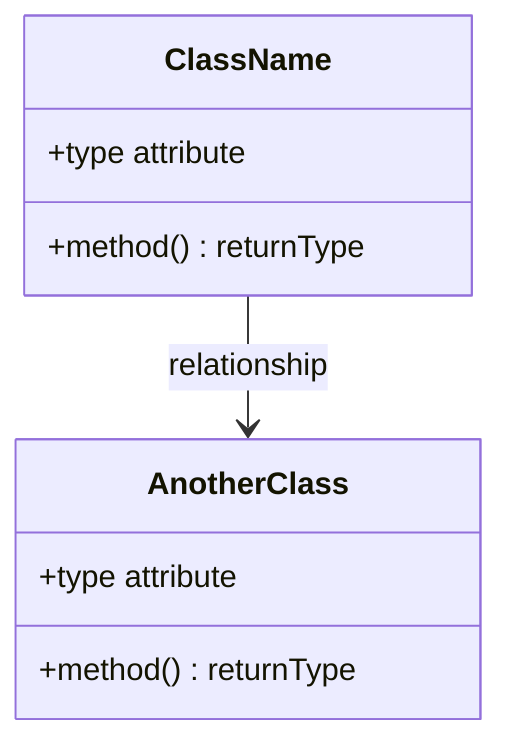
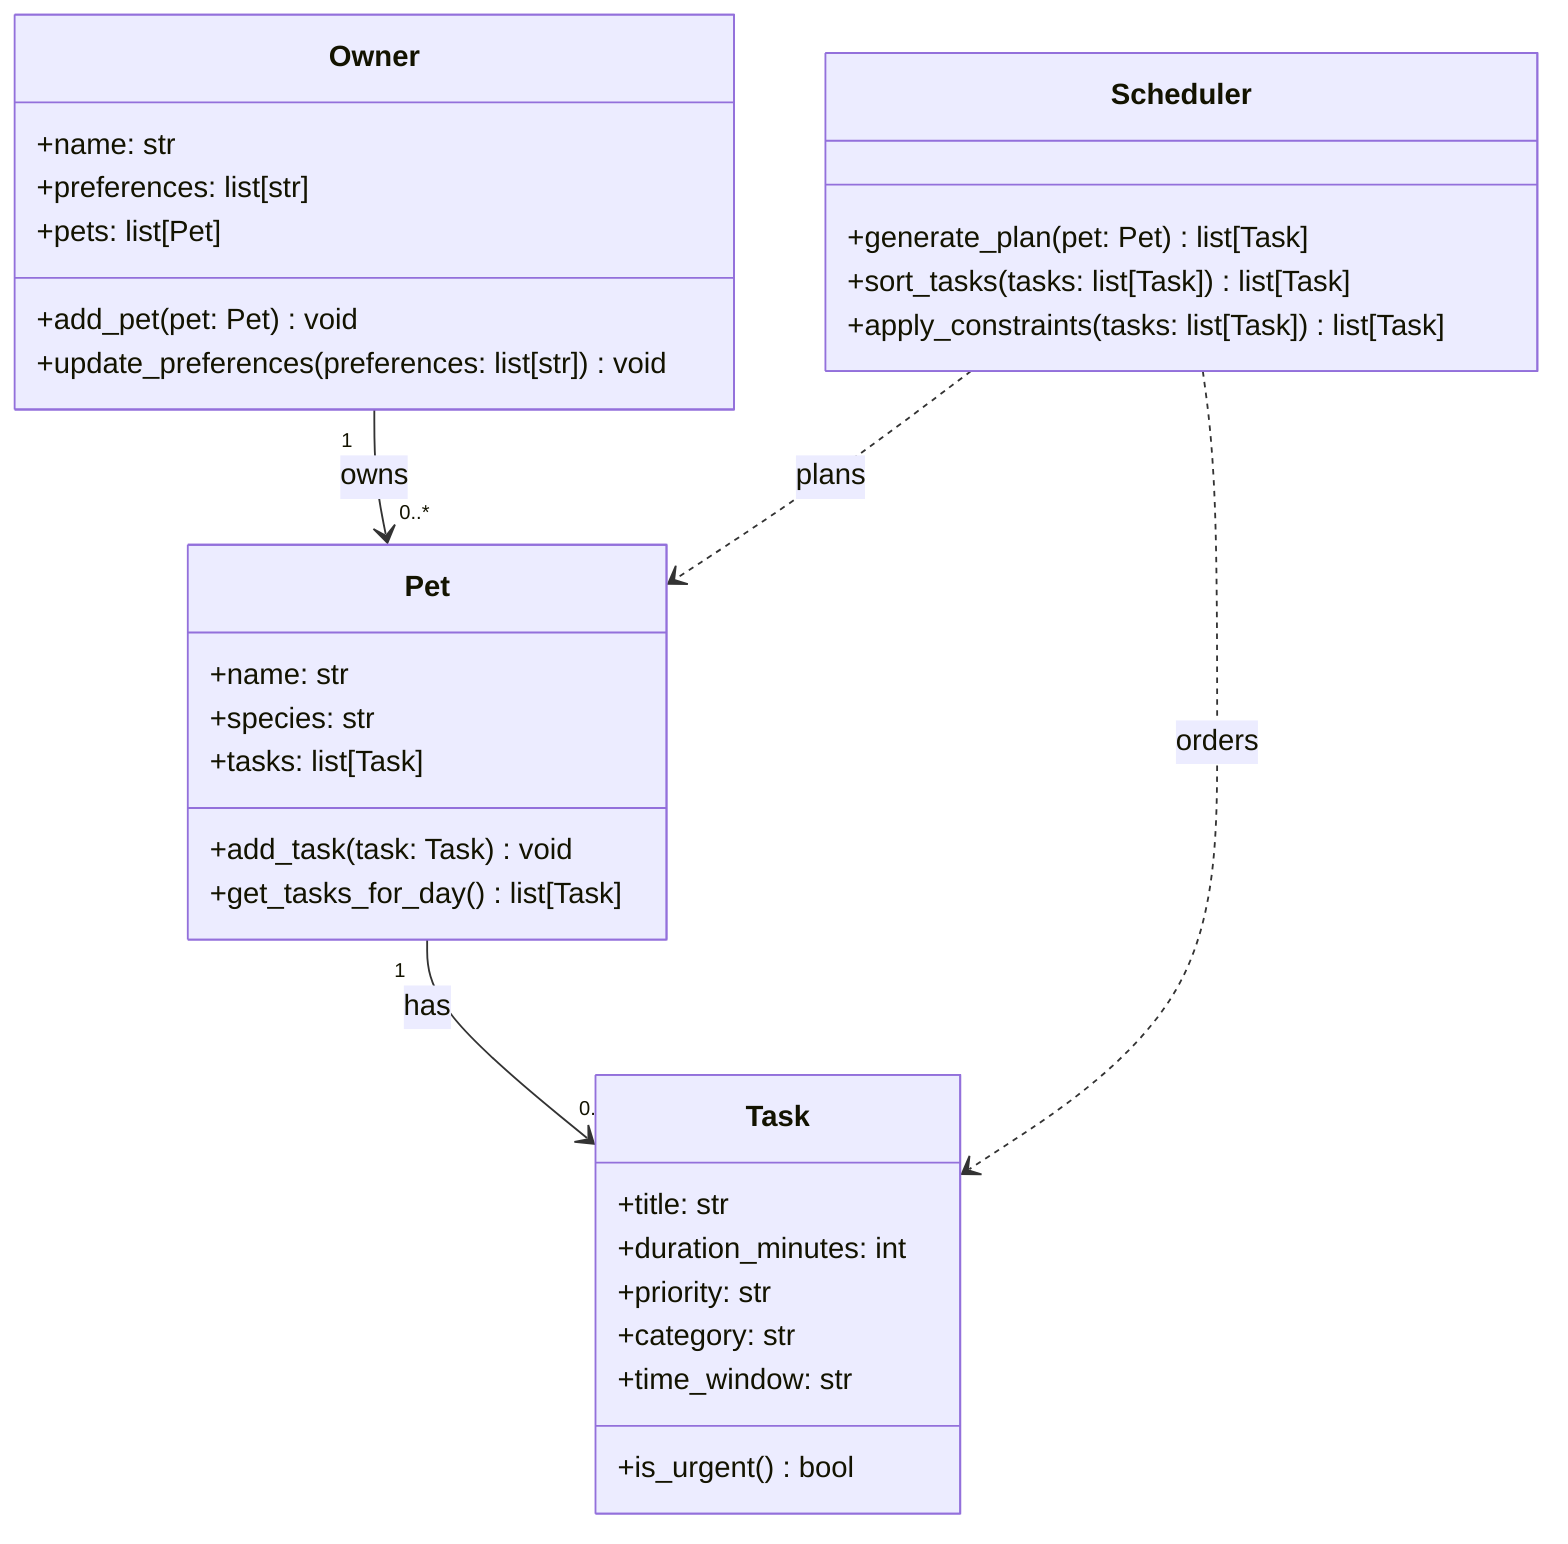
classDiagram
-     %% Replace the placeholders below with your actual classes, attributes, methods, and relationships.
-     %% Keep this file updated so it matches your final implementation.
- 
-     class ClassName {
-         +type attribute
-         +method() returnType
+     class Owner {
+         +name: str
+         +preferences: list[str]
+         +pets: list[Pet]
+         +add_pet(pet: Pet) void
+         +update_preferences(preferences: list[str]) void
    }

-     class AnotherClass {
-         +type attribute
-         +method() returnType
+     class Pet {
+         +name: str
+         +species: str
+         +tasks: list[Task]
+         +add_task(task: Task) void
+         +get_tasks_for_day() list[Task]
    }

-     ClassName --> AnotherClass : relationship
+     class Task {
+         +title: str
+         +duration_minutes: int
+         +priority: str
+         +category: str
+         +time_window: str
+         +is_urgent() bool
+     }
+ 
+     class Scheduler {
+         +generate_plan(pet: Pet) list[Task]
+         +sort_tasks(tasks: list[Task]) list[Task]
+         +apply_constraints(tasks: list[Task]) list[Task]
+     }
+ 
+     Owner "1" --> "0..*" Pet : owns
+     Pet "1" --> "0..*" Task : has
+     Scheduler ..> Pet : plans
+     Scheduler ..> Task : orders
